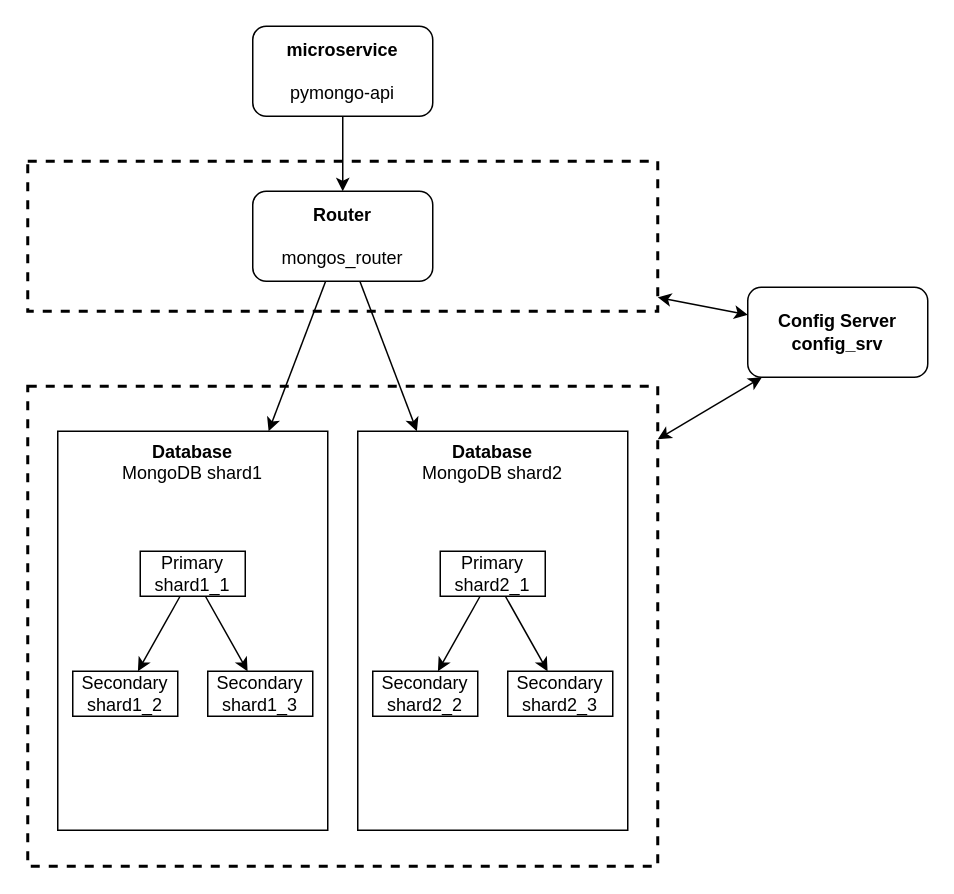
Earlier version of the draw.io diagram schemas/v2-task1.drawio (foxy-gal/architecture-black_friday). Source tidied: cells renumbered, new cells numbered last; positions are measured from the earlier drawing's top-left corner, leaving out a move shared by most shapes. Both pictures are drawn from the tidied source at 150%, with x=0, y=0 at pixel (27, 26).
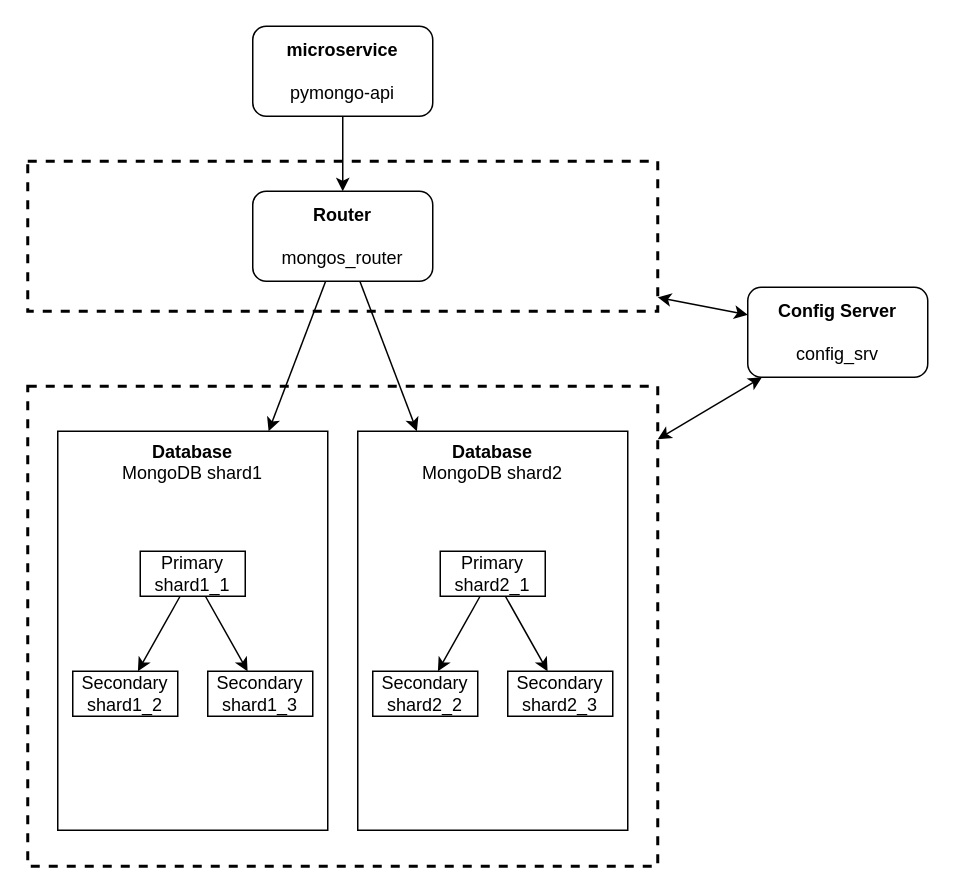
The same diagram, later.

What changed in the source:
```diff
@@
-    <mxCell id="9" value="&lt;div&gt;&lt;b&gt;Config Server&lt;/b&gt;&lt;/div&gt;&lt;b&gt;config_srv&lt;/b&gt;" style="rounded=1;whiteSpace=wrap;html=1;" parent="1" vertex="1">
+    <mxCell id="9" value="&lt;div&gt;&lt;b&gt;Config Server&lt;/b&gt;&lt;/div&gt;&lt;div&gt;&lt;b&gt;&lt;br&gt;&lt;/b&gt;&lt;/div&gt;config_srv" style="rounded=1;whiteSpace=wrap;html=1;" parent="1" vertex="1">
       <mxGeometry x="480" y="174" width="120" height="60" as="geometry" />
     </mxCell>
```
